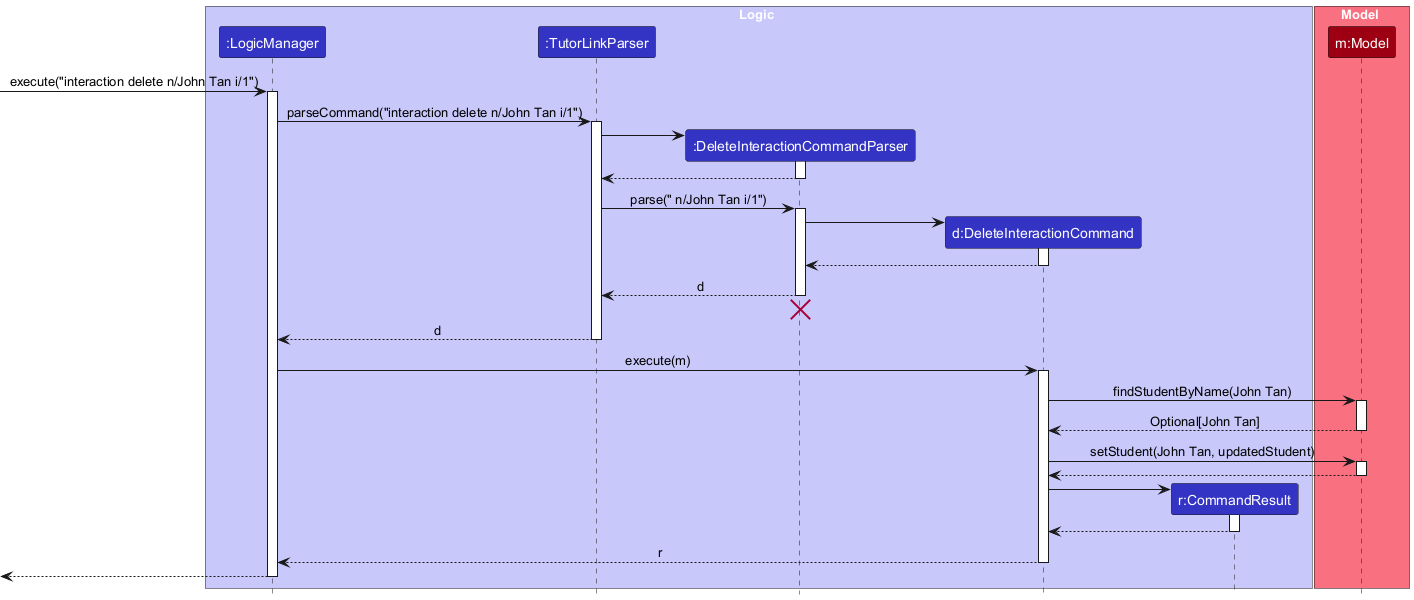
Before: docs/images/DeleteSequenceDiagram.png, a diagram exported from PlantUML (AY2627S1-CS2103-F12-2/tp). The source it was exported from:
```plantuml
@startuml
!include style.puml
skinparam ArrowFontStyle plain

box Logic LOGIC_COLOR_T1
participant ":LogicManager" as LogicManager LOGIC_COLOR
participant ":TutorLinkParser" as TutorLinkParser LOGIC_COLOR
participant ":DeleteInteractionCommandParser" as DeleteInteractionCommandParser LOGIC_COLOR
participant "d:DeleteInteractionCommand" as DeleteInteractionCommand LOGIC_COLOR
participant "r:CommandResult" as CommandResult LOGIC_COLOR
end box

box Model MODEL_COLOR_T1
participant "m:Model" as Model MODEL_COLOR
end box

[-> LogicManager : execute("interaction delete n/John Tan i/1")
activate LogicManager

LogicManager -> TutorLinkParser : parseCommand("interaction delete n/John Tan i/1")
activate TutorLinkParser

create DeleteInteractionCommandParser
TutorLinkParser -> DeleteInteractionCommandParser
activate DeleteInteractionCommandParser

DeleteInteractionCommandParser --> TutorLinkParser
deactivate DeleteInteractionCommandParser

TutorLinkParser -> DeleteInteractionCommandParser : parse(" n/John Tan i/1")
activate DeleteInteractionCommandParser

create DeleteInteractionCommand
DeleteInteractionCommandParser -> DeleteInteractionCommand
activate DeleteInteractionCommand

DeleteInteractionCommand --> DeleteInteractionCommandParser
deactivate DeleteInteractionCommand

DeleteInteractionCommandParser --> TutorLinkParser : d
deactivate DeleteInteractionCommandParser
DeleteInteractionCommandParser -[hidden]-> TutorLinkParser
destroy DeleteInteractionCommandParser

TutorLinkParser --> LogicManager : d
deactivate TutorLinkParser

LogicManager -> DeleteInteractionCommand : execute(m)
activate DeleteInteractionCommand

DeleteInteractionCommand -> Model : findStudentByName(John Tan)
activate Model

Model --> DeleteInteractionCommand : Optional[John Tan]
deactivate Model

DeleteInteractionCommand -> Model : setStudent(John Tan, updatedStudent)
activate Model

Model --> DeleteInteractionCommand
deactivate Model

create CommandResult
DeleteInteractionCommand -> CommandResult
activate CommandResult

CommandResult --> DeleteInteractionCommand
deactivate CommandResult

DeleteInteractionCommand --> LogicManager : r
deactivate DeleteInteractionCommand

[<--LogicManager
deactivate LogicManager
@enduml
```
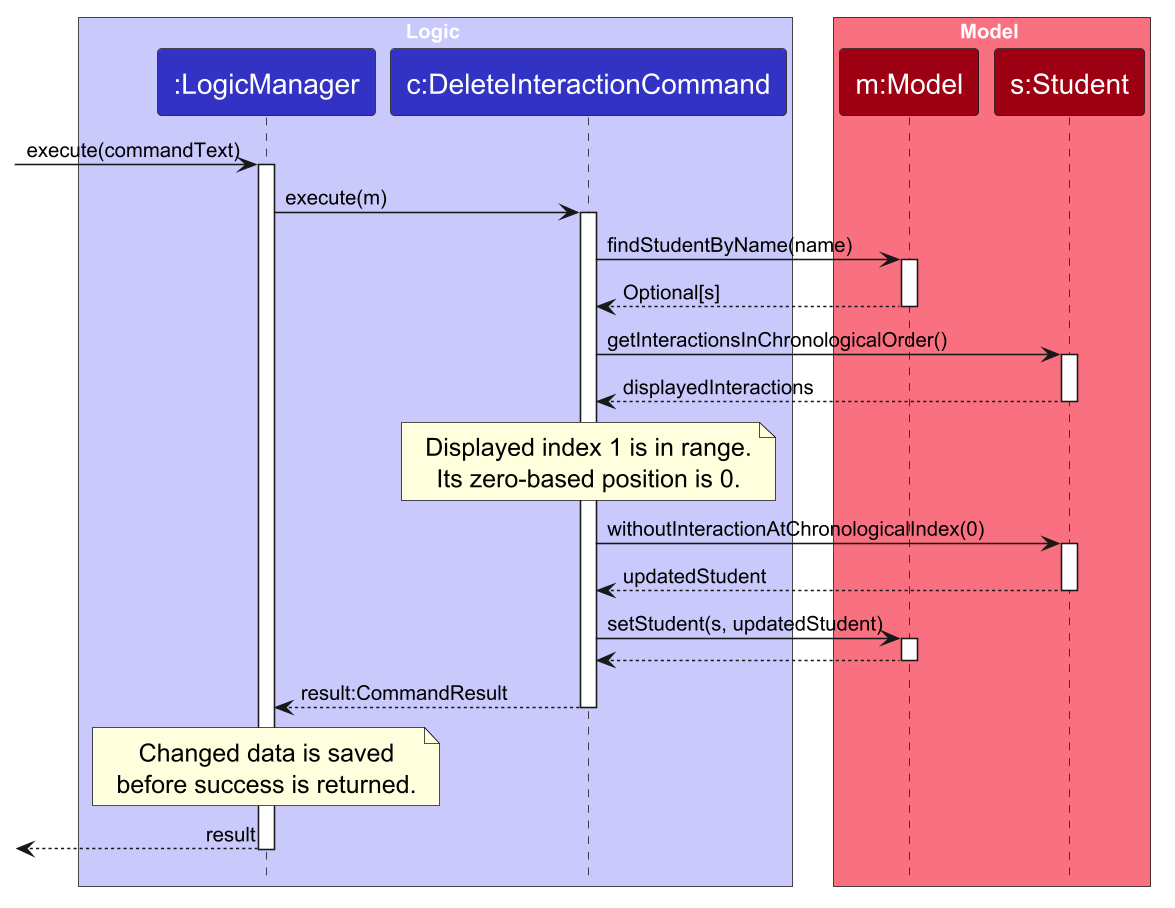
Above is the later version.

Commit message:
Improve interaction DG explanations and diagram

Explain displayed-index mapping and edit/delete behavior.
Simplify the sequence diagram for normal reading width.
Clarify parsing omissions, object names and error requirements.

Diff of the diagram source:
```diff
@@ -1,75 +1,60 @@
 @startuml
 !include style.puml
 skinparam ArrowFontStyle plain
+skinparam dpi 150
+skinparam sequenceMessageAlign left
+skinparam sequenceMessageFontSize 18
+skinparam sequenceParticipantFontSize 18
+skinparam NoteFontSize 16
 
 box Logic LOGIC_COLOR_T1
 participant ":LogicManager" as LogicManager LOGIC_COLOR
-participant ":TutorLinkParser" as TutorLinkParser LOGIC_COLOR
-participant ":DeleteInteractionCommandParser" as DeleteInteractionCommandParser LOGIC_COLOR
-participant "d:DeleteInteractionCommand" as DeleteInteractionCommand LOGIC_COLOR
-participant "r:CommandResult" as CommandResult LOGIC_COLOR
+participant "c:DeleteInteractionCommand" as Command LOGIC_COLOR
 end box
 
 box Model MODEL_COLOR_T1
 participant "m:Model" as Model MODEL_COLOR
+participant "s:Student" as Student MODEL_COLOR
 end box
 
-[-> LogicManager : execute("interaction delete n/John Tan i/1")
+[-> LogicManager : execute(commandText)
 activate LogicManager
+LogicManager -> Command : execute(m)
+activate Command
 
-LogicManager -> TutorLinkParser : parseCommand("interaction delete n/John Tan i/1")
-activate TutorLinkParser
-
-create DeleteInteractionCommandParser
-TutorLinkParser -> DeleteInteractionCommandParser
-activate DeleteInteractionCommandParser
-
-DeleteInteractionCommandParser --> TutorLinkParser
-deactivate DeleteInteractionCommandParser
-
-TutorLinkParser -> DeleteInteractionCommandParser : parse(" n/John Tan i/1")
-activate DeleteInteractionCommandParser
-
-create DeleteInteractionCommand
-DeleteInteractionCommandParser -> DeleteInteractionCommand
-activate DeleteInteractionCommand
-
-DeleteInteractionCommand --> DeleteInteractionCommandParser
-deactivate DeleteInteractionCommand
-
-DeleteInteractionCommandParser --> TutorLinkParser : d
-deactivate DeleteInteractionCommandParser
-DeleteInteractionCommandParser -[hidden]-> TutorLinkParser
-destroy DeleteInteractionCommandParser
-
-TutorLinkParser --> LogicManager : d
-deactivate TutorLinkParser
-
-LogicManager -> DeleteInteractionCommand : execute(m)
-activate DeleteInteractionCommand
-
-DeleteInteractionCommand -> Model : findStudentByName(John Tan)
+Command -> Model : findStudentByName(name)
 activate Model
-
-Model --> DeleteInteractionCommand : Optional[John Tan]
+Model --> Command : Optional[s]
 deactivate Model
 
-DeleteInteractionCommand -> Model : setStudent(John Tan, updatedStudent)
+Command -> Student : getInteractionsInChronologicalOrder()
+activate Student
+Student --> Command : displayedInteractions
+deactivate Student
+
+note over Command
+    Displayed index 1 is in range.
+    Its zero-based position is 0.
+end note
+
+Command -> Student : withoutInteractionAtChronologicalIndex(0)
+activate Student
+Student --> Command : updatedStudent
+deactivate Student
+
+Command -> Model : setStudent(s, updatedStudent)
 activate Model
-
-Model --> DeleteInteractionCommand
+Model --> Command
 deactivate Model
 
-create CommandResult
-DeleteInteractionCommand -> CommandResult
-activate CommandResult
+Command --> LogicManager : result:CommandResult
+deactivate Command
 
-CommandResult --> DeleteInteractionCommand
-deactivate CommandResult
+note over LogicManager
+    Changed data is saved
+    before success is returned.
+end note
 
-DeleteInteractionCommand --> LogicManager : r
-deactivate DeleteInteractionCommand
-
-[<--LogicManager
+[<-- LogicManager : result
 deactivate LogicManager
 @enduml
```
